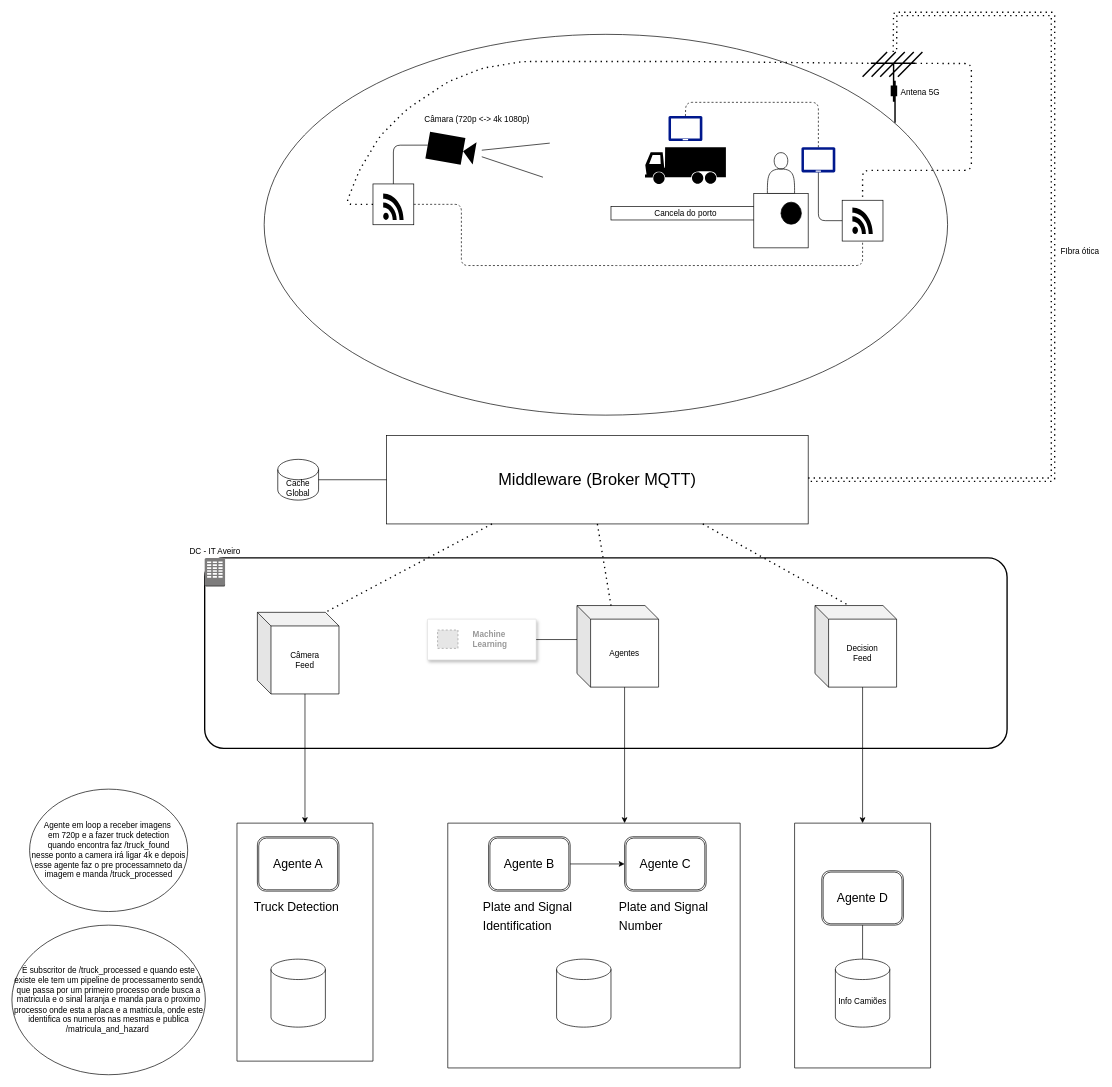
This is arquitetura_sketch.drawio from PEI-HAZARDS/IntelligentLogistics, a draw.io file, before an edit. Source tidied: cells renumbered, new cells numbered last; positions are measured from the earlier drawing's top-left corner, leaving out a move shared by most shapes. Both pictures are drawn from the tidied source at 68%, with x=0, y=0 at pixel (12, 14). Pictures stored in the file or linked from it are replaced by grey dashed boxes.
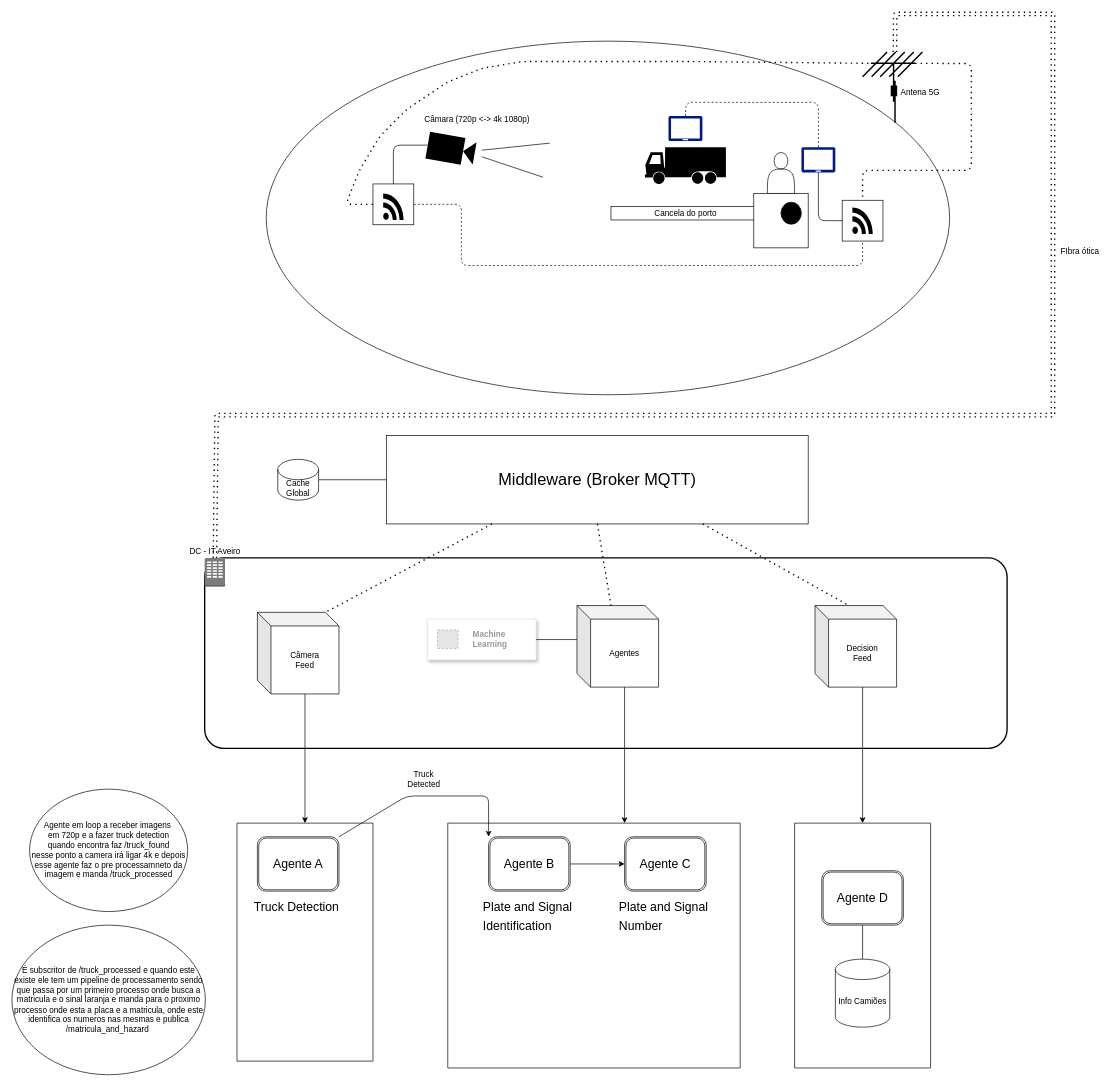
The same diagram, later.

Commit message (it also covers changes not shown here):
Atualização do gitgnore, update da arquitetura

Unchanged cells that the change refers to:
```xml
<mxCell id="7" style="shape=mxgraph.cisco.wireless.antenna;html=1;dashed=0;fillColor=#036897;strokeColor=#ffffff;strokeWidth=2;verticalLabelPosition=bottom;verticalAlign=top;align=center;outlineConnect=0;" parent="1" vertex="1">
  <mxGeometry x="1251" y="56" width="88" height="104" as="geometry" />
</mxCell>
<mxCell id="23" style="dashed=0;html=1;shape=mxgraph.aws3.corporate_data_center;fillColor=#7D7C7C;gradientColor=none;dashed=0;" parent="1" vertex="1">
  <mxGeometry x="283.5" y="800" width="30" height="42" as="geometry" />
</mxCell>
<mxCell id="32" value="&lt;font style=&quot;font-size: 24px;&quot;&gt;Middleware (Broker MQTT)&lt;/font&gt;" style="rounded=0;whiteSpace=wrap;html=1;" parent="1" vertex="1">
  <mxGeometry x="551" y="620" width="620" height="130" as="geometry" />
</mxCell>
<mxCell id="44" style="swimlane;startSize=0;" parent="1" vertex="1">
  <mxGeometry x="331" y="1190" width="200" height="350" as="geometry" />
</mxCell>
<mxCell id="45" value="&lt;font style=&quot;font-size: 18px;&quot;&gt;Agente A&lt;/font&gt;" style="shape=ext;double=1;rounded=1;whiteSpace=wrap;html=1;" parent="44" vertex="1">
  <mxGeometry x="30" y="20" width="120" height="80" as="geometry" />
</mxCell>
<mxCell id="48" style="swimlane;startSize=0;" parent="1" vertex="1">
  <mxGeometry x="641" y="1190" width="430" height="360" as="geometry" />
</mxCell>
<mxCell id="51" value="&lt;font style=&quot;font-size: 18px;&quot;&gt;Agente B&lt;/font&gt;" style="shape=ext;double=1;rounded=1;whiteSpace=wrap;html=1;" parent="48" vertex="1">
  <mxGeometry x="60" y="20" width="120" height="80" as="geometry" />
</mxCell>
```

Diff of the diagram source:
```diff
@@
     <mxCell id="2" style="ellipse;whiteSpace=wrap;html=1;fillColor=none;" parent="1" vertex="1">
-      <mxGeometry x="371" y="30" width="1005" height="560" as="geometry" />
+      <mxGeometry x="374" y="40" width="1005" height="520" as="geometry" />
     </mxCell>
@@
-    <mxCell id="39" style="endArrow=none;dashed=1;html=1;dashPattern=1 3;strokeWidth=2;exitX=1;exitY=0.5;exitDx=0;exitDy=0;entryX=0.54;entryY=0;entryDx=0;entryDy=0;entryPerimeter=0;shape=link;" parent="1" edge="1" source="32" target="7">
+    <mxCell id="39" style="endArrow=none;dashed=1;html=1;dashPattern=1 3;strokeWidth=2;entryX=0.54;entryY=0;entryDx=0;entryDy=0;entryPerimeter=0;shape=link;exitX=0.5;exitY=0;exitDx=0;exitDy=0;exitPerimeter=0;" parent="1" edge="1" source="23" target="7">
       <mxGeometry relative="1" as="geometry">
         <Array as="points">
-          <mxPoint x="1531" y="685" />
+          <mxPoint x="301" y="590" />
+          <mxPoint x="1531" y="590" />
           <mxPoint x="1531" />
           <mxPoint x="1299" />
         </Array>
       </mxGeometry>
     </mxCell>
@@
-    <mxCell id="47" style="shape=cylinder3;whiteSpace=wrap;html=1;boundedLbl=1;backgroundOutline=1;size=15;" parent="44" vertex="1">
-      <mxGeometry x="50" y="200" width="80" height="100" as="geometry" />
-    </mxCell>
@@
-    <mxCell id="53" style="shape=cylinder3;whiteSpace=wrap;html=1;boundedLbl=1;backgroundOutline=1;size=15;" parent="48" vertex="1">
-      <mxGeometry x="160" y="200" width="80" height="100" as="geometry" />
-    </mxCell>
@@
+    <mxCell id="63" style="endArrow=classic;html=1;exitX=1;exitY=0;exitDx=0;exitDy=0;entryX=0;entryY=0;entryDx=0;entryDy=0;" parent="1" edge="1" source="45" target="51">
+      <mxGeometry relative="1" as="geometry">
+        <Array as="points">
+          <mxPoint x="581" y="1150" />
+          <mxPoint x="701" y="1150" />
+        </Array>
+      </mxGeometry>
+    </mxCell>
+    <mxCell id="64" value="Truck Detected" style="text;html=1;align=center;verticalAlign=middle;whiteSpace=wrap;rounded=0;" parent="1" vertex="1">
+      <mxGeometry x="576" y="1110" width="60" height="30" as="geometry" />
+    </mxCell>
```
